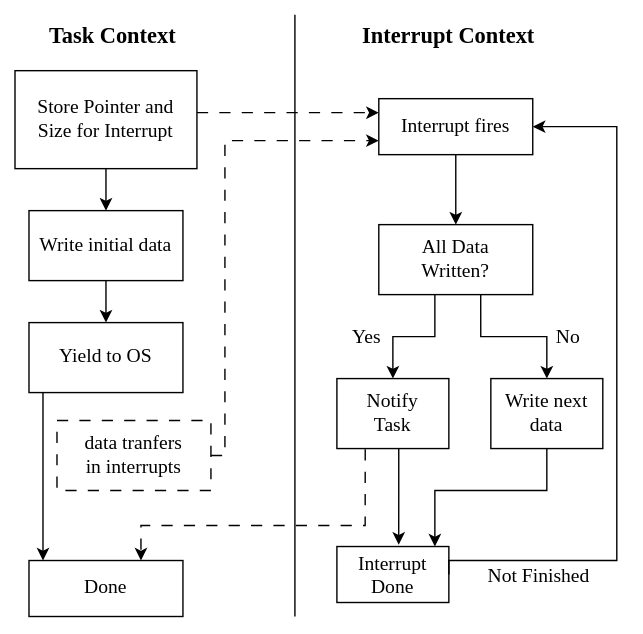
Above: training-slides/src/images/transaction-non-blocking.drawio.svg in ferrous-systems/rust-training (draw.io), before the change. Source tidied: cells renumbered, new cells last; positions are measured from the earlier drawing's top-left corner, leaving out a move shared by most shapes.
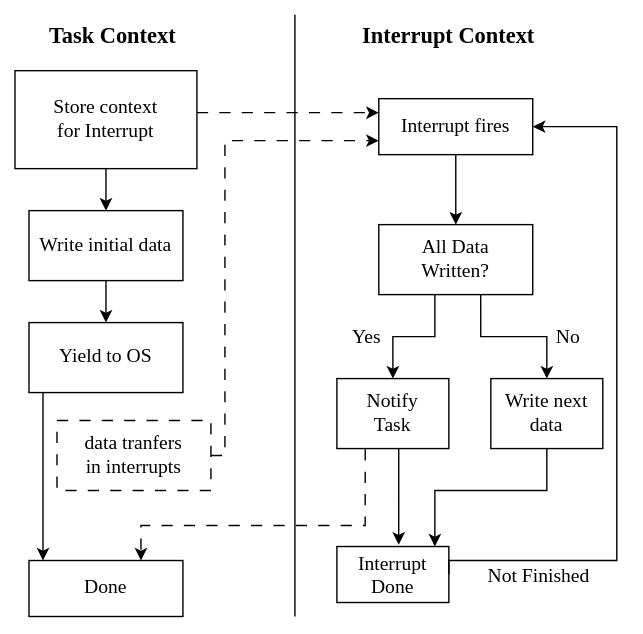
Later version of the same file.

The edit, as a diff of the source:
```diff
@@ -13,7 +13,7 @@
         </Array>
       </mxGeometry>
     </mxCell>
-    <mxCell id="4" value="&lt;font style=&quot;font-size: 14px;&quot;&gt;Store Pointer and&lt;br&gt;Size for Interrupt&lt;/font&gt;" style="rounded=0;whiteSpace=wrap;html=1;fontFamily=Lucida Console;fillColor=none;" parent="1" vertex="1">
+    <mxCell id="4" value="&lt;font style=&quot;font-size: 14px;&quot;&gt;Store context for&amp;nbsp;Interrupt&lt;/font&gt;" style="rounded=0;whiteSpace=wrap;html=1;fontFamily=Lucida Console;fillColor=none;" parent="1" vertex="1">
       <mxGeometry y="40" width="130" height="70" as="geometry" />
     </mxCell>
     <mxCell id="5" style="edgeStyle=orthogonalEdgeStyle;rounded=0;jettySize=auto;html=1;" parent="1" edge="1" source="6" target="8">
```
